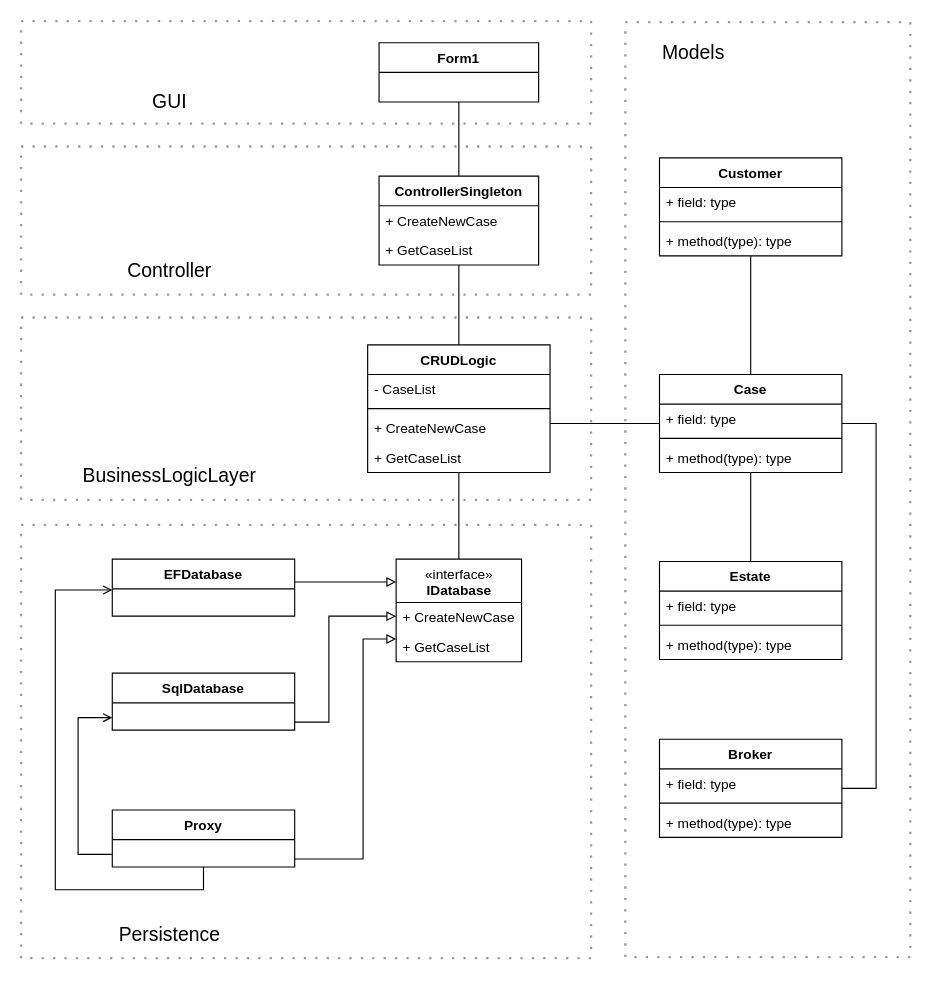
JesperlaCour/EstateBrokers keeps this draw.io diagram as Diverse/ClassDiagramCRUD.drawio. Above is the earlier version. Source tidied: cells renumbered, new cells numbered last; positions are measured from the earlier drawing's top-left corner, leaving out a move shared by most shapes. Both pictures are drawn from the tidied source at 114%, with x=0, y=0 at pixel (21, 21).
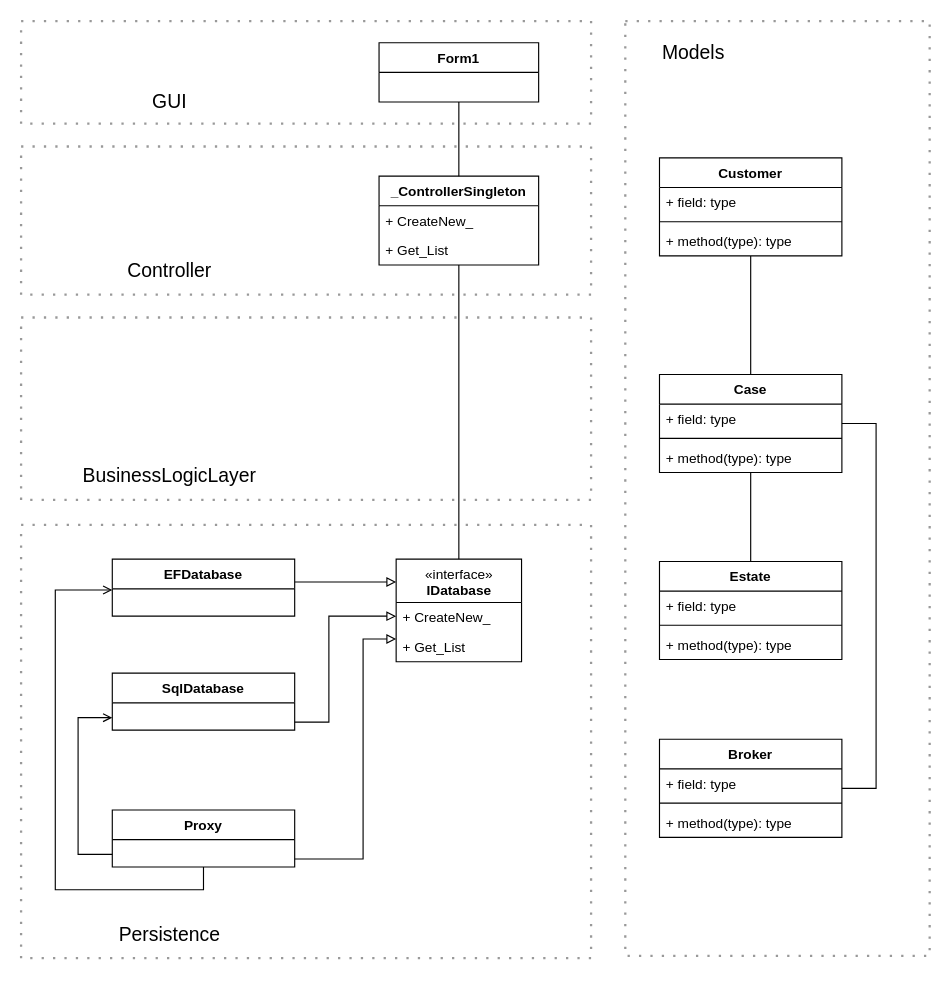
After the change.

Unchanged cells that the change refers to:
```xml
<mxCell id="18" value="&lt;span style=&quot;font-weight: 400&quot;&gt;«interface»&lt;/span&gt;&lt;br style=&quot;font-weight: 400&quot;&gt;IDatabase" style="swimlane;fontStyle=1;align=center;verticalAlign=top;horizontal=1;startSize=38;fontFamily=Helvetica;fontSize=12;fontColor=#000000;strokeColor=#000000;fillColor=#ffffff;html=1;" parent="1" vertex="1">
  <mxGeometry x="329" y="472" width="110" height="90" as="geometry" />
</mxCell>
<mxCell id="44" value="Case" style="swimlane;fontStyle=1;align=center;verticalAlign=top;horizontal=1;startSize=26;" parent="1" vertex="1">
  <mxGeometry x="560" y="310" width="160" height="86" as="geometry" />
</mxCell>
```

What changed in the source:
```diff
@@
     <mxCell id="2" style="rounded=0;whiteSpace=wrap;html=1;fillColor=none;dashed=1;dashPattern=1 4;strokeWidth=2;opacity=40;" parent="1" vertex="1">
-      <mxGeometry x="530" y="1" width="250" height="820" as="geometry" />
+      <mxGeometry x="530" width="267" height="820" as="geometry" />
     </mxCell>
@@
-    <mxCell id="12" style="edgeStyle=orthogonalEdgeStyle;rounded=0;jettySize=auto;html=1;endArrow=none;endFill=0;" parent="1" edge="1" source="13" target="30">
-      <mxGeometry relative="1" as="geometry" />
-    </mxCell>
-    <mxCell id="13" value="ControllerSingleton" style="swimlane;fontStyle=1;horizontal=1;startSize=26;fillColor=none;" parent="1" vertex="1">
+    <mxCell id="13" value="_ControllerSingleton" style="swimlane;fontStyle=1;horizontal=1;startSize=26;fillColor=none;" parent="1" vertex="1">
       <mxGeometry x="314" y="136" width="140" height="78" as="geometry" />
     </mxCell>
-    <mxCell id="14" value="+ CreateNewCase" style="text;strokeColor=none;fillColor=none;align=left;verticalAlign=top;spacingLeft=4;spacingRight=4;overflow=hidden;" parent="13" vertex="1">
+    <mxCell id="14" value="+ CreateNew_" style="text;strokeColor=none;fillColor=none;align=left;verticalAlign=top;spacingLeft=4;spacingRight=4;overflow=hidden;" parent="13" vertex="1">
       <mxGeometry y="26" width="140" height="26" as="geometry" />
     </mxCell>
-    <mxCell id="15" value="+ GetCaseList" style="text;strokeColor=none;fillColor=none;align=left;verticalAlign=top;spacingLeft=4;spacingRight=4;overflow=hidden;" parent="13" vertex="1">
+    <mxCell id="15" value="+ Get_List" style="text;strokeColor=none;fillColor=none;align=left;verticalAlign=top;spacingLeft=4;spacingRight=4;overflow=hidden;" parent="13" vertex="1">
       <mxGeometry y="52" width="140" height="26" as="geometry" />
     </mxCell>
-    <mxCell id="16" style="edgeStyle=orthogonalEdgeStyle;rounded=0;jettySize=auto;html=1;endArrow=none;endFill=0;entryX=0.5;entryY=0;entryDx=0;entryDy=0;" parent="1" edge="1" source="30" target="18">
+    <mxCell id="16" style="edgeStyle=orthogonalEdgeStyle;rounded=0;jettySize=auto;html=1;endArrow=none;endFill=0;entryX=0.5;entryY=0;entryDx=0;entryDy=0;" parent="1" edge="1" source="13" target="18">
       <mxGeometry relative="1" as="geometry" />
     </mxCell>
@@
-    <mxCell id="19" value="+ CreateNewCase" style="text;strokeColor=none;fillColor=none;align=left;verticalAlign=top;spacingLeft=4;spacingRight=4;overflow=hidden;" parent="18" vertex="1">
+    <mxCell id="19" value="+ CreateNew_" style="text;strokeColor=none;fillColor=none;align=left;verticalAlign=top;spacingLeft=4;spacingRight=4;overflow=hidden;" parent="18" vertex="1">
       <mxGeometry y="38" width="110" height="26" as="geometry" />
     </mxCell>
-    <mxCell id="20" value="+ GetCaseList" style="text;strokeColor=none;fillColor=none;align=left;verticalAlign=top;spacingLeft=4;spacingRight=4;overflow=hidden;" parent="18" vertex="1">
+    <mxCell id="20" value="+ Get_List" style="text;strokeColor=none;fillColor=none;align=left;verticalAlign=top;spacingLeft=4;spacingRight=4;overflow=hidden;" parent="18" vertex="1">
       <mxGeometry y="64" width="110" height="26" as="geometry" />
     </mxCell>
@@
-    <mxCell id="29" style="edgeStyle=orthogonalEdgeStyle;rounded=0;jettySize=auto;html=1;startArrow=none;startFill=0;endArrow=none;endFill=0;" parent="1" edge="1" source="30" target="44">
-      <mxGeometry relative="1" as="geometry">
-        <Array as="points">
-          <mxPoint x="480" y="353" />
-          <mxPoint x="480" y="353" />
-        </Array>
-      </mxGeometry>
-    </mxCell>
-    <mxCell id="30" value="CRUDLogic&#10;" style="swimlane;fontStyle=1;align=center;verticalAlign=top;horizontal=1;startSize=26;" parent="1" vertex="1">
-      <mxGeometry x="304" y="284" width="160" height="112" as="geometry" />
-    </mxCell>
-    <mxCell id="31" value="- CaseList" style="text;strokeColor=none;fillColor=none;align=left;verticalAlign=top;spacingLeft=4;spacingRight=4;overflow=hidden;" parent="30" vertex="1">
-      <mxGeometry y="26" width="160" height="26" as="geometry" />
-    </mxCell>
-    <mxCell id="32" style="line;strokeWidth=1;fillColor=none;align=left;verticalAlign=middle;spacingTop=-1;spacingLeft=3;spacingRight=3;labelPosition=right;" parent="30" vertex="1">
-      <mxGeometry y="52" width="160" height="8" as="geometry" />
-    </mxCell>
-    <mxCell id="33" value="+ CreateNewCase" style="text;strokeColor=none;fillColor=none;align=left;verticalAlign=top;spacingLeft=4;spacingRight=4;overflow=hidden;" parent="30" vertex="1">
-      <mxGeometry y="60" width="160" height="26" as="geometry" />
-    </mxCell>
-    <mxCell id="34" value="+ GetCaseList" style="text;strokeColor=none;fillColor=none;align=left;verticalAlign=top;spacingLeft=4;spacingRight=4;overflow=hidden;" parent="30" vertex="1">
-      <mxGeometry y="86" width="160" height="26" as="geometry" />
-    </mxCell>
```
